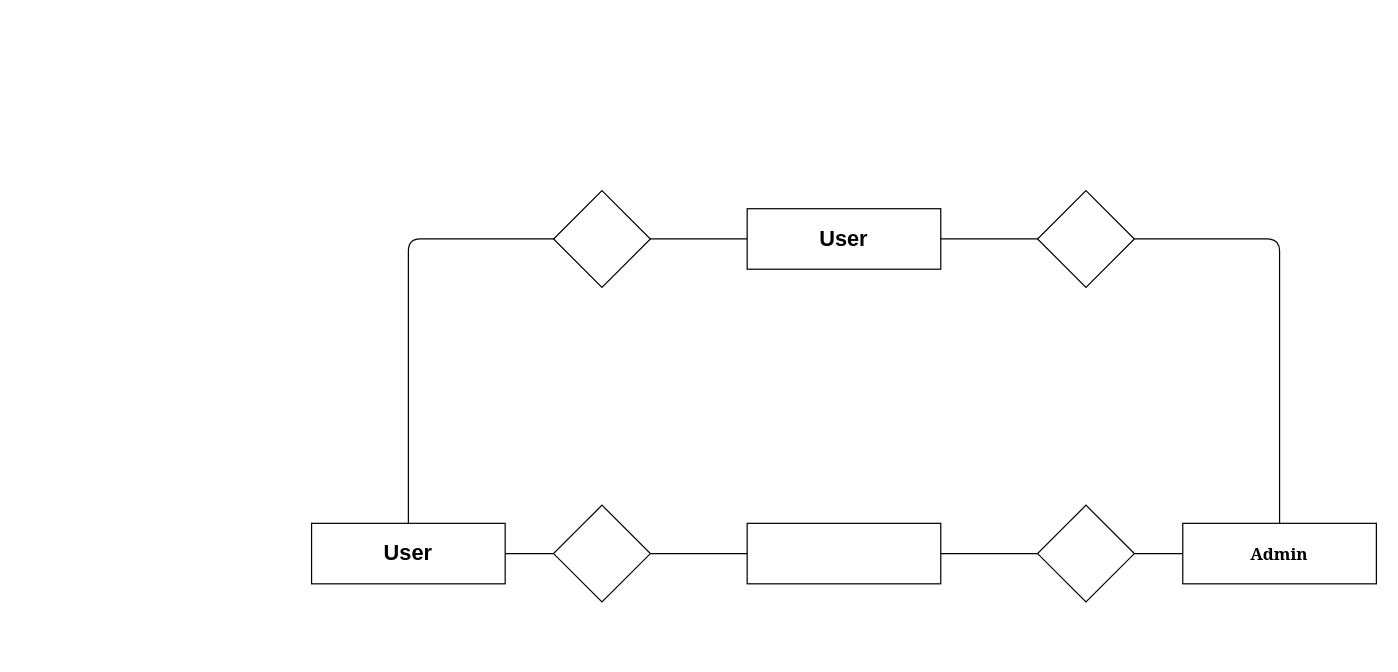
Above: Untitled Diagram.drawio in vivek-patel007/hi5-sharing-social-media-website (draw.io), before the change. Source tidied: cells renumbered, new cells numbered last; positions are measured from the earlier drawing's top-left corner, leaving out a move shared by most shapes. Both pictures are drawn from the tidied source at 121%, with x=0, y=0 at pixel (311, 190).
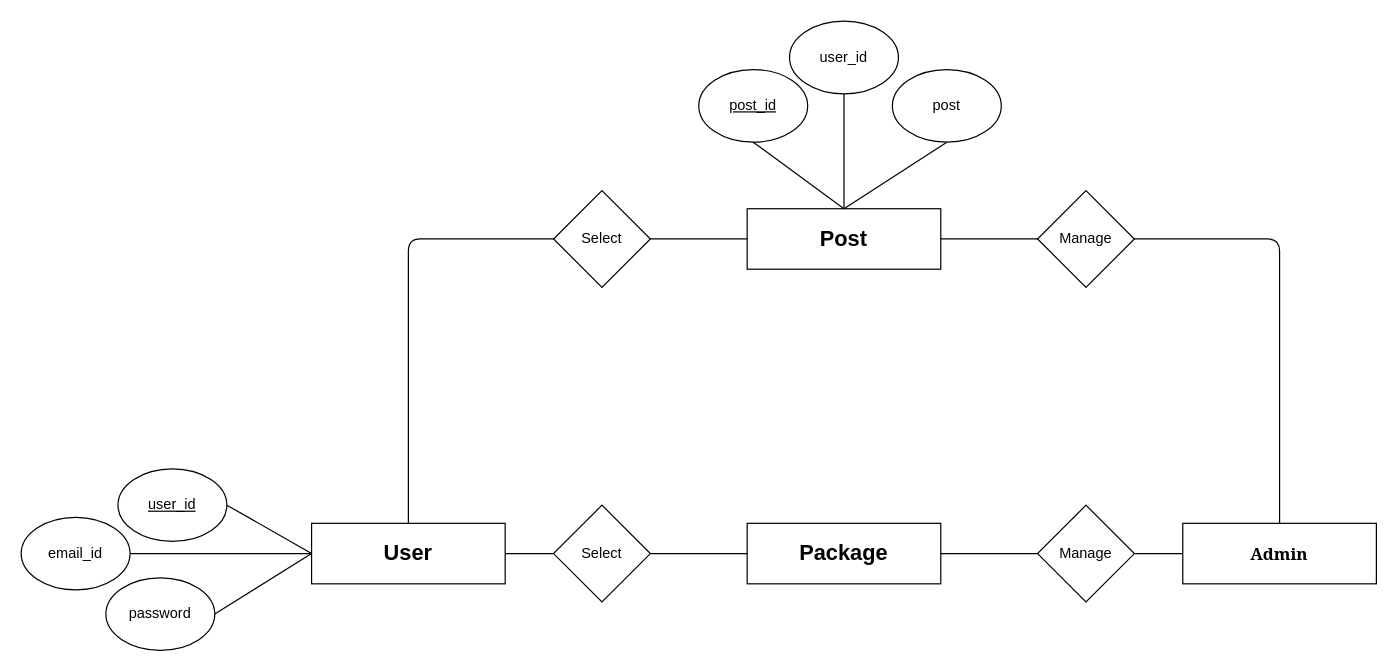
The same diagram, later.

Unchanged cells that the change refers to:
```xml
<mxCell id="2" value="&lt;h2&gt;&lt;font style=&quot;font-size: 18px&quot;&gt;User&lt;/font&gt;&lt;/h2&gt;" style="rounded=0;whiteSpace=wrap;html=1;" parent="1" vertex="1">
  <mxGeometry y="275" width="160" height="50" as="geometry" />
</mxCell>
```

The edit, as a diff of the source:
```diff
@@
-    <mxCell id="5" style="rhombus;whiteSpace=wrap;html=1;" parent="1" vertex="1">
+    <mxCell id="5" value="Select" style="rhombus;whiteSpace=wrap;html=1;" parent="1" vertex="1">
       <mxGeometry x="200" y="260" width="80" height="80" as="geometry" />
     </mxCell>
@@
-    <mxCell id="7" style="rhombus;whiteSpace=wrap;html=1;" parent="1" vertex="1">
+    <mxCell id="7" value="Manage" style="rhombus;whiteSpace=wrap;html=1;" parent="1" vertex="1">
       <mxGeometry x="600" y="260" width="80" height="80" as="geometry" />
     </mxCell>
-    <mxCell id="8" style="rounded=0;whiteSpace=wrap;html=1;" parent="1" vertex="1">
+    <mxCell id="8" value="&lt;h2&gt;Package&lt;/h2&gt;" style="rounded=0;whiteSpace=wrap;html=1;" parent="1" vertex="1">
       <mxGeometry x="360" y="275" width="160" height="50" as="geometry" />
     </mxCell>
-    <mxCell id="9" value="&lt;h2&gt;&lt;font style=&quot;font-size: 18px&quot;&gt;User&lt;/font&gt;&lt;/h2&gt;" style="rounded=0;whiteSpace=wrap;html=1;" parent="1" vertex="1">
+    <mxCell id="9" value="&lt;h2&gt;&lt;font style=&quot;font-size: 18px&quot;&gt;Post&lt;/font&gt;&lt;/h2&gt;" style="rounded=0;whiteSpace=wrap;html=1;" parent="1" vertex="1">
       <mxGeometry x="360" y="15" width="160" height="50" as="geometry" />
     </mxCell>
@@
-    <mxCell id="12" style="rhombus;whiteSpace=wrap;html=1;" parent="1" vertex="1">
+    <mxCell id="12" value="Select" style="rhombus;whiteSpace=wrap;html=1;" parent="1" vertex="1">
       <mxGeometry x="200" width="80" height="80" as="geometry" />
     </mxCell>
-    <mxCell id="13" style="rhombus;whiteSpace=wrap;html=1;" parent="1" vertex="1">
+    <mxCell id="13" value="Manage" style="rhombus;whiteSpace=wrap;html=1;" parent="1" vertex="1">
       <mxGeometry x="600" width="80" height="80" as="geometry" />
     </mxCell>
+    <mxCell id="14" value="&lt;u&gt;user_id&lt;/u&gt;" style="ellipse;whiteSpace=wrap;html=1;" parent="1" vertex="1">
+      <mxGeometry x="-160" y="230" width="90" height="60" as="geometry" />
+    </mxCell>
+    <mxCell id="15" value="password" style="ellipse;whiteSpace=wrap;html=1;" parent="1" vertex="1">
+      <mxGeometry x="-170" y="320" width="90" height="60" as="geometry" />
+    </mxCell>
+    <mxCell id="16" value="email_id" style="ellipse;whiteSpace=wrap;html=1;" parent="1" vertex="1">
+      <mxGeometry x="-240" y="270" width="90" height="60" as="geometry" />
+    </mxCell>
+    <mxCell id="17" style="endArrow=none;html=1;exitX=1;exitY=0.5;exitDx=0;exitDy=0;entryX=0;entryY=0.5;entryDx=0;entryDy=0;" parent="1" edge="1" source="14" target="2">
+      <mxGeometry relative="1" as="geometry" />
+    </mxCell>
+    <mxCell id="18" style="endArrow=none;html=1;exitX=1;exitY=0.5;exitDx=0;exitDy=0;entryX=0;entryY=0.5;entryDx=0;entryDy=0;" parent="1" edge="1" source="16" target="2">
+      <mxGeometry relative="1" as="geometry" />
+    </mxCell>
+    <mxCell id="19" style="endArrow=none;html=1;exitX=1;exitY=0.5;exitDx=0;exitDy=0;entryX=0;entryY=0.5;entryDx=0;entryDy=0;" parent="1" edge="1" source="15" target="2">
+      <mxGeometry relative="1" as="geometry" />
+    </mxCell>
+    <mxCell id="20" value="user_id" style="ellipse;whiteSpace=wrap;html=1;" parent="1" vertex="1">
+      <mxGeometry x="395" y="-140" width="90" height="60" as="geometry" />
+    </mxCell>
+    <mxCell id="21" value="post" style="ellipse;whiteSpace=wrap;html=1;" parent="1" vertex="1">
+      <mxGeometry x="480" y="-100" width="90" height="60" as="geometry" />
+    </mxCell>
+    <mxCell id="22" value="&lt;u&gt;post_id&lt;/u&gt;" style="ellipse;whiteSpace=wrap;html=1;" parent="1" vertex="1">
+      <mxGeometry x="320" y="-100" width="90" height="60" as="geometry" />
+    </mxCell>
+    <mxCell id="23" style="endArrow=none;html=1;entryX=0.5;entryY=0;entryDx=0;entryDy=0;exitX=0.5;exitY=1;exitDx=0;exitDy=0;" parent="1" edge="1" source="20" target="9">
+      <mxGeometry relative="1" as="geometry" />
+    </mxCell>
+    <mxCell id="24" style="endArrow=none;html=1;exitX=0.5;exitY=1;exitDx=0;exitDy=0;entryX=0.5;entryY=0;entryDx=0;entryDy=0;" parent="1" edge="1" source="22" target="9">
+      <mxGeometry relative="1" as="geometry" />
+    </mxCell>
+    <mxCell id="25" style="endArrow=none;html=1;exitX=0.5;exitY=1;exitDx=0;exitDy=0;entryX=0.5;entryY=0;entryDx=0;entryDy=0;" parent="1" edge="1" source="21" target="9">
+      <mxGeometry relative="1" as="geometry" />
+    </mxCell>
```
